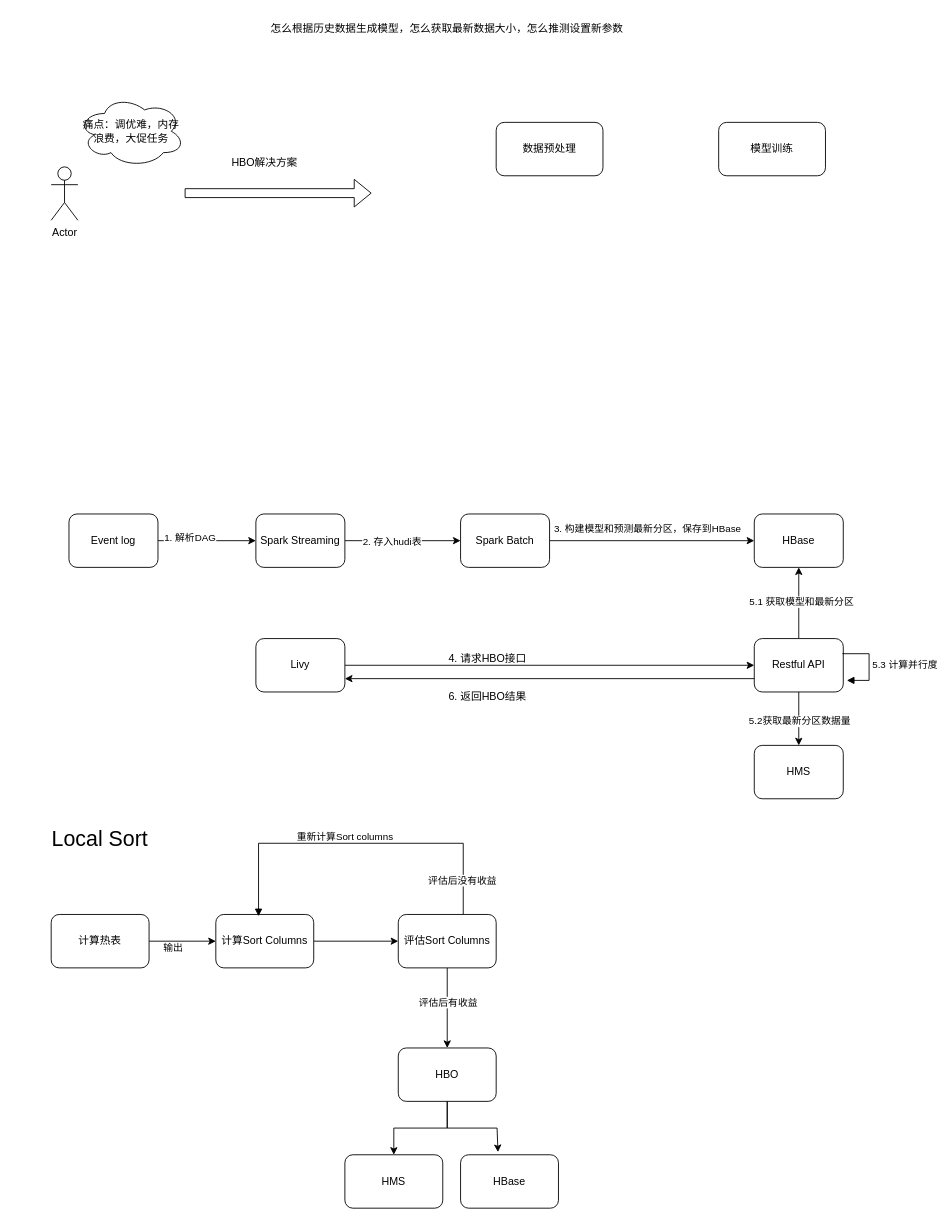
This is page "HBO" (10 of 11) of Spark.drawio from huangxiaopingRD/diagrams, a draw.io file, before an edit. Source tidied: cells renumbered, new cells numbered last; positions are measured from the earlier drawing's top-left corner, leaving out a move shared by most shapes. Both pictures are drawn from the tidied source at 89%, with x=0, y=0 at pixel (15, 15).
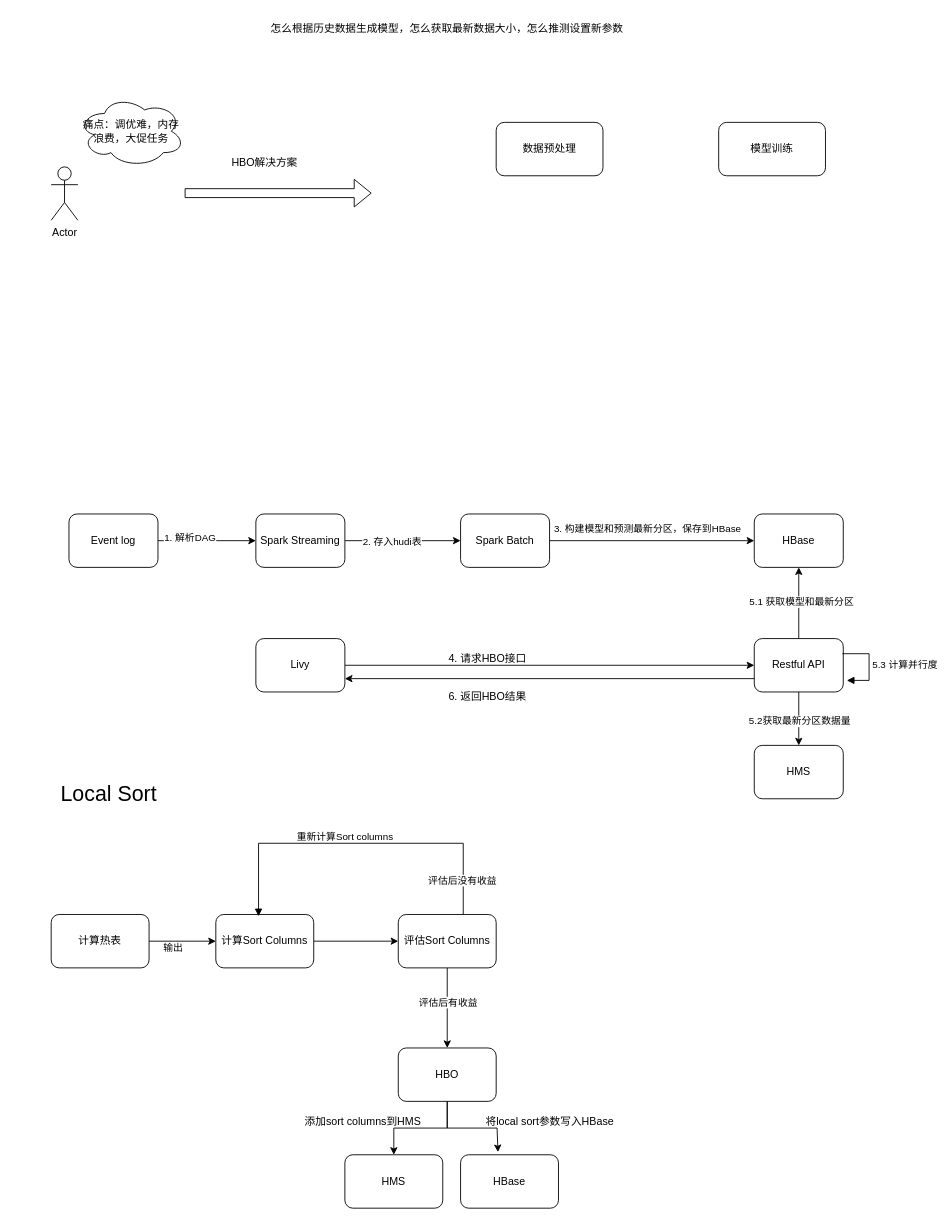
The same page after the edit.

What changed in the source:
```diff
@@
     <mxCell id="31" value="&lt;font style=&quot;font-size: 24px;&quot;&gt;Local Sort&lt;/font&gt;" style="text;html=1;align=center;verticalAlign=middle;whiteSpace=wrap;rounded=0;" parent="1" vertex="1">
-      <mxGeometry y="910" width="190" height="30" as="geometry" />
+      <mxGeometry x="10" y="860" width="190" height="30" as="geometry" />
     </mxCell>
@@
+    <mxCell id="48" value="添加sort columns到HMS" style="text;html=1;align=center;verticalAlign=middle;strokeColor=none;fillColor=none;" parent="1" vertex="1">
+      <mxGeometry x="315" y="1228" width="150" height="30" as="geometry" />
+    </mxCell>
+    <mxCell id="49" value="将local sort参数写入HBase" style="text;html=1;align=center;verticalAlign=middle;strokeColor=none;fillColor=none;" parent="1" vertex="1">
+      <mxGeometry x="515" y="1228" width="170" height="30" as="geometry" />
+    </mxCell>
```
